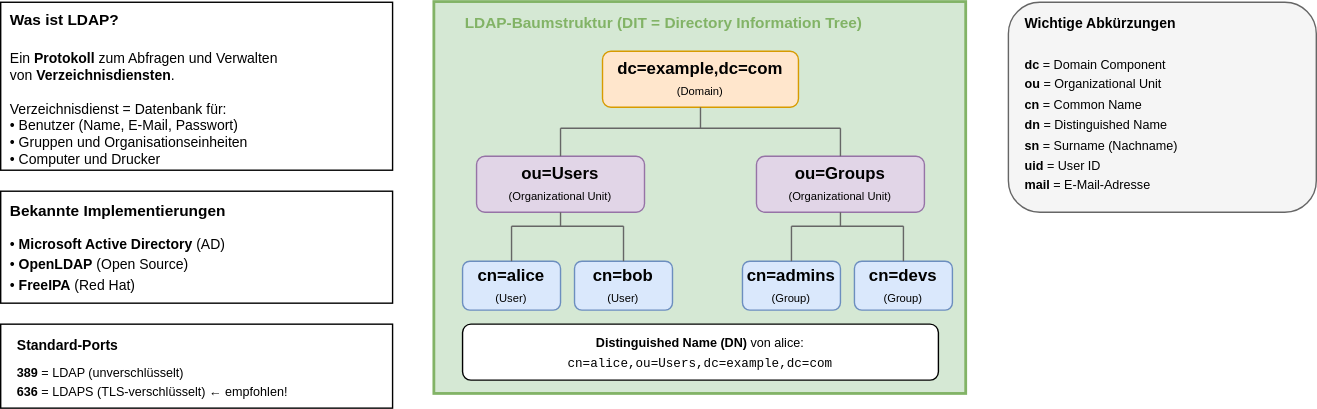
Before: slides/07-identity-provider-foederation/images/ldap_basics.drawio.svg, a diagram exported from draw.io (it-erben/training-keycloak). Source tidied: cells renumbered, new cells last; positions are measured from the earlier drawing's top-left corner, leaving out a move shared by most shapes.
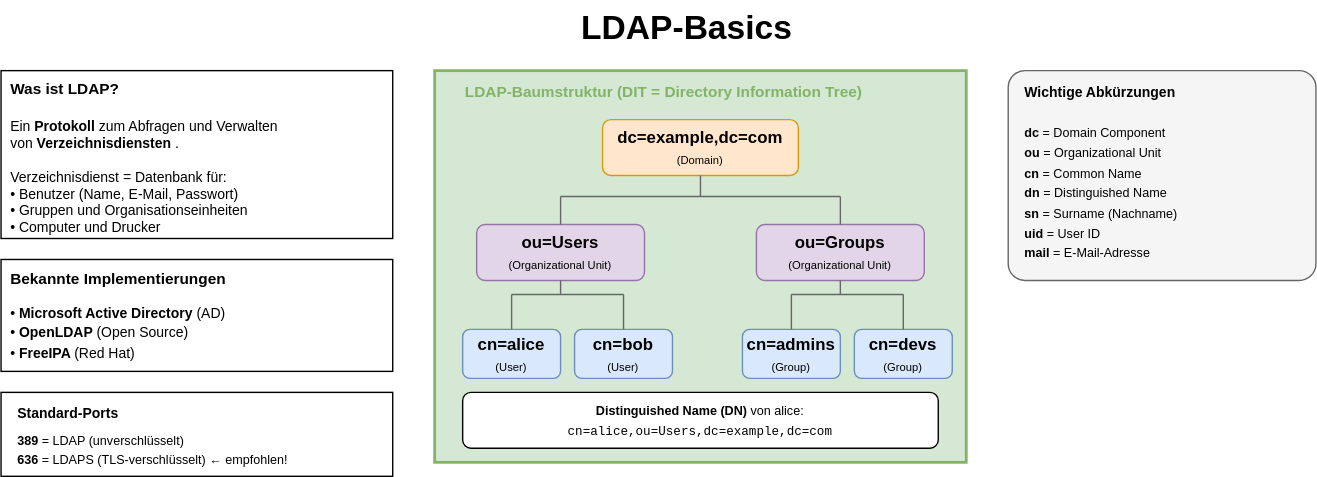
After the commit.

What changed in the source:
```diff
@@ -125,7 +125,7 @@
     <mxCell id="30" value="&lt;font style=&quot;font-size:9px&quot;&gt;&lt;b&gt;Distinguished Name (DN)&lt;/b&gt; von alice:&lt;br&gt;&lt;code&gt;cn=alice,ou=Users,dc=example,dc=com&lt;/code&gt;&lt;/font&gt;" style="text;html=1;align=center;verticalAlign=middle;whiteSpace=wrap;rounded=0;" parent="1" vertex="1">
       <mxGeometry x="340" y="235" width="320" height="30" as="geometry" />
     </mxCell>
-    <mxCell id="31" style="rounded=1;whiteSpace=wrap;html=1;fillColor=#f5f5f5;strokeColor=#666666;strokeWidth=1;" parent="1" vertex="1">
+    <mxCell id="31" style="rounded=1;whiteSpace=wrap;html=1;fillColor=#f5f5f5;strokeColor=#666666;strokeWidth=1;arcSize=8;" parent="1" vertex="1">
       <mxGeometry x="720" width="220" height="150" as="geometry" />
     </mxCell>
     <mxCell id="32" value="&lt;b style=&quot;font-size:10px&quot;&gt;Wichtige Abkürzungen&lt;/b&gt;" style="text;html=1;strokeColor=none;fillColor=none;align=left;verticalAlign=middle;whiteSpace=wrap;rounded=0;" parent="1" vertex="1">
@@ -143,5 +143,8 @@
     <mxCell id="36" value="&lt;font style=&quot;font-size:9px&quot;&gt;&lt;b&gt;389&lt;/b&gt; = LDAP (unverschlüsselt)&lt;br&gt;&lt;b&gt;636&lt;/b&gt; = LDAPS (TLS-verschlüsselt) ← empfohlen!&lt;/font&gt;" style="text;html=1;strokeColor=none;fillColor=none;align=left;verticalAlign=top;whiteSpace=wrap;rounded=0;" parent="1" vertex="1">
       <mxGeometry x="10" y="250" width="260" height="30" as="geometry" />
     </mxCell>
+    <mxCell id="37" value="LDAP-Basics" style="text;strokeColor=none;fillColor=none;html=1;fontSize=24;fontStyle=1;verticalAlign=middle;align=center;" parent="1" vertex="1">
+      <mxGeometry x="440" y="-50" width="100" height="40" as="geometry" />
+    </mxCell>
   </root>
 </mxGraphModel>
```
